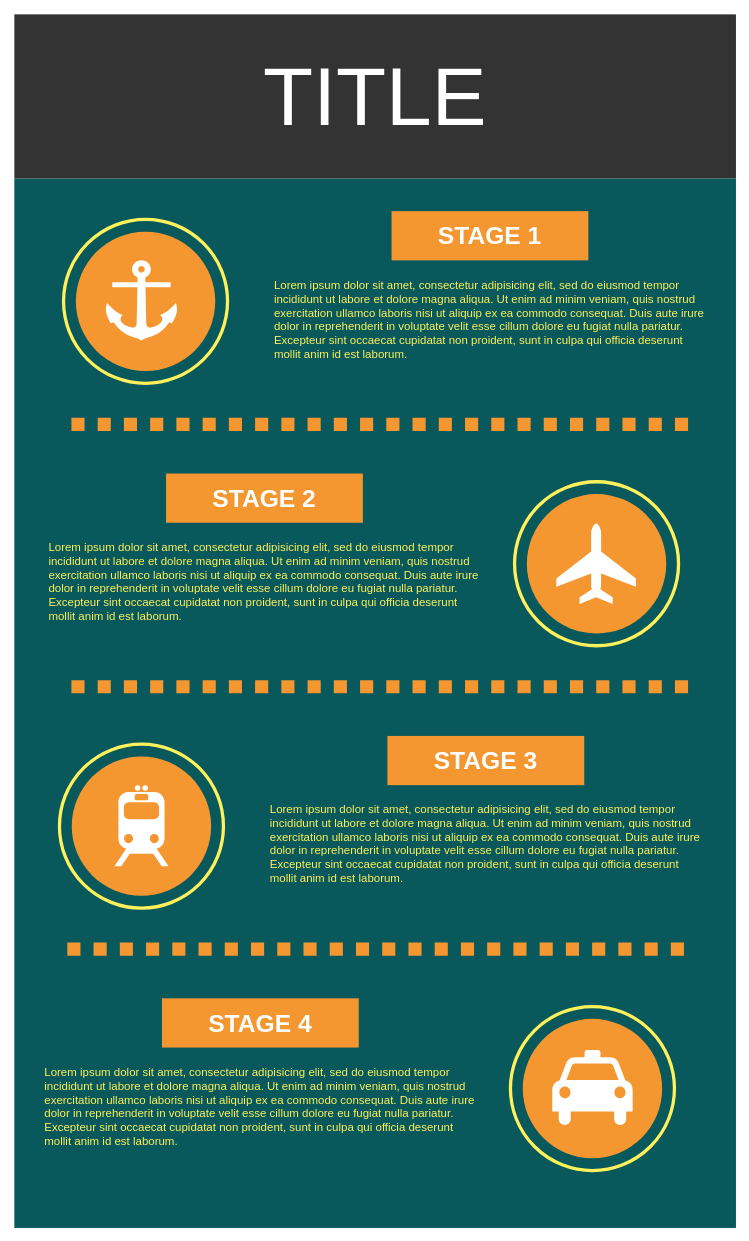
ColonelDarcy2018/excelsior keeps this draw.io diagram as ash脚本架构图.drawio. Above is the earlier version. Source tidied: cells renumbered, new cells numbered last; positions are measured from the earlier drawing's top-left corner, leaving out a move shared by most shapes. Both pictures are drawn from the tidied source at 82%, with x=0, y=0 at pixel (14, 14).
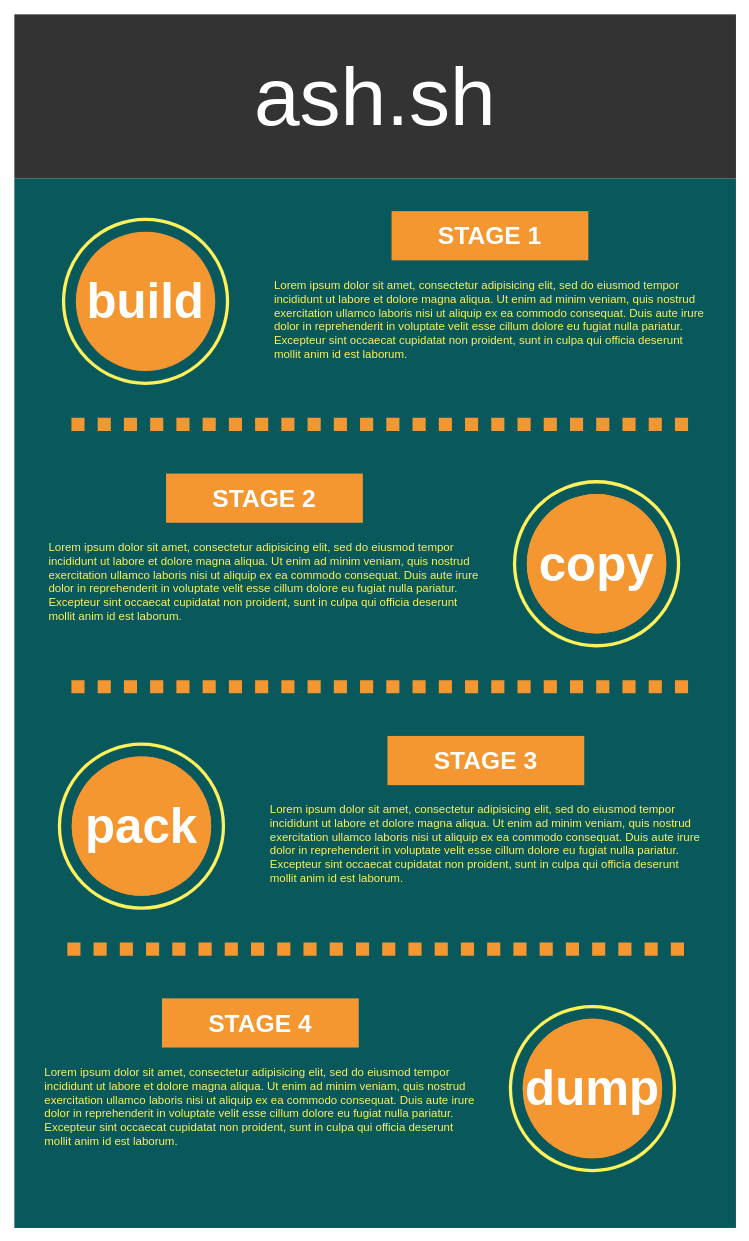
After the change.

Commit message:
更新ash脚本架构图.drawio

What changed in the source:
```diff
@@
-    <mxCell id="3" value="TITLE" style="whiteSpace=wrap;html=1;rounded=0;shadow=0;dashed=0;strokeColor=none;strokeWidth=4;fillColor=#333333;gradientColor=none;fontFamily=Helvetica;fontSize=100;fontColor=#FFFFFF;align=center;" parent="1" vertex="1">
+    <mxCell id="3" value="ash.sh" style="whiteSpace=wrap;html=1;rounded=0;shadow=0;dashed=0;strokeColor=none;strokeWidth=4;fillColor=#333333;gradientColor=none;fontFamily=Helvetica;fontSize=100;fontColor=#FFFFFF;align=center;" parent="1" vertex="1">
       <mxGeometry width="880" height="200" as="geometry" />
     </mxCell>
@@
-    <mxCell id="5" style="ellipse;whiteSpace=wrap;html=1;rounded=0;shadow=0;dashed=0;strokeColor=none;strokeWidth=4;fillColor=#F49731;gradientColor=none;fontFamily=Helvetica;fontSize=100;fontColor=#FFFFFF;align=center;" parent="1" vertex="1">
+    <mxCell id="5" value="build" style="ellipse;whiteSpace=wrap;html=1;rounded=0;shadow=0;dashed=0;strokeColor=none;strokeWidth=4;fillColor=#F49731;gradientColor=none;fontFamily=Helvetica;fontSize=60;fontColor=#FFFFFF;align=center;fontStyle=1;" parent="1" vertex="1">
       <mxGeometry x="75" y="265" width="170" height="170" as="geometry" />
     </mxCell>
@@
-    <mxCell id="23" style="shape=mxgraph.signs.transportation.anchor_2;html=1;fillColor=#FFFFFF;strokeColor=none;verticalLabelPosition=bottom;verticalAlign=top;align=center;rounded=0;shadow=0;dashed=0;fontFamily=Helvetica;fontSize=14;fontColor=#FEF15B;" parent="1" vertex="1">
-      <mxGeometry x="108" y="300" width="94" height="98" as="geometry" />
-    </mxCell>
-    <mxCell id="24" style="shape=mxgraph.signs.transportation.airplane_3;html=1;fillColor=#FFFFFF;strokeColor=none;verticalLabelPosition=bottom;verticalAlign=top;align=center;rounded=0;shadow=0;dashed=0;fontFamily=Helvetica;fontSize=14;fontColor=#FEF15B;" parent="1" vertex="1">
-      <mxGeometry x="661" y="621" width="97" height="98" as="geometry" />
-    </mxCell>
-    <mxCell id="25" style="shape=mxgraph.signs.transportation.train_2;html=1;fillColor=#FFFFFF;strokeColor=none;verticalLabelPosition=bottom;verticalAlign=top;align=center;rounded=0;shadow=0;dashed=0;fontFamily=Helvetica;fontSize=14;fontColor=#FEF15B;" parent="1" vertex="1">
-      <mxGeometry x="122" y="940" width="66" height="99" as="geometry" />
-    </mxCell>
@@
+    <mxCell id="27" value="copy" style="ellipse;whiteSpace=wrap;html=1;rounded=0;shadow=0;dashed=0;strokeColor=none;strokeWidth=4;fillColor=#F49731;gradientColor=none;fontFamily=Helvetica;fontSize=60;fontColor=#FFFFFF;align=center;fontStyle=1;" parent="1" vertex="1">
+      <mxGeometry x="625" y="585" width="170" height="170" as="geometry" />
+    </mxCell>
+    <mxCell id="28" value="pack" style="ellipse;whiteSpace=wrap;html=1;rounded=0;shadow=0;dashed=0;strokeColor=none;strokeWidth=4;fillColor=#F49731;gradientColor=none;fontFamily=Helvetica;fontSize=60;fontColor=#FFFFFF;align=center;fontStyle=1;" parent="1" vertex="1">
+      <mxGeometry x="70" y="905" width="170" height="170" as="geometry" />
+    </mxCell>
+    <mxCell id="29" value="dump" style="ellipse;whiteSpace=wrap;html=1;rounded=0;shadow=0;dashed=0;strokeColor=none;strokeWidth=4;fillColor=#F49731;gradientColor=none;fontFamily=Helvetica;fontSize=60;fontColor=#FFFFFF;align=center;fontStyle=1;" parent="1" vertex="1">
+      <mxGeometry x="620" y="1225" width="170" height="170" as="geometry" />
+    </mxCell>
```
